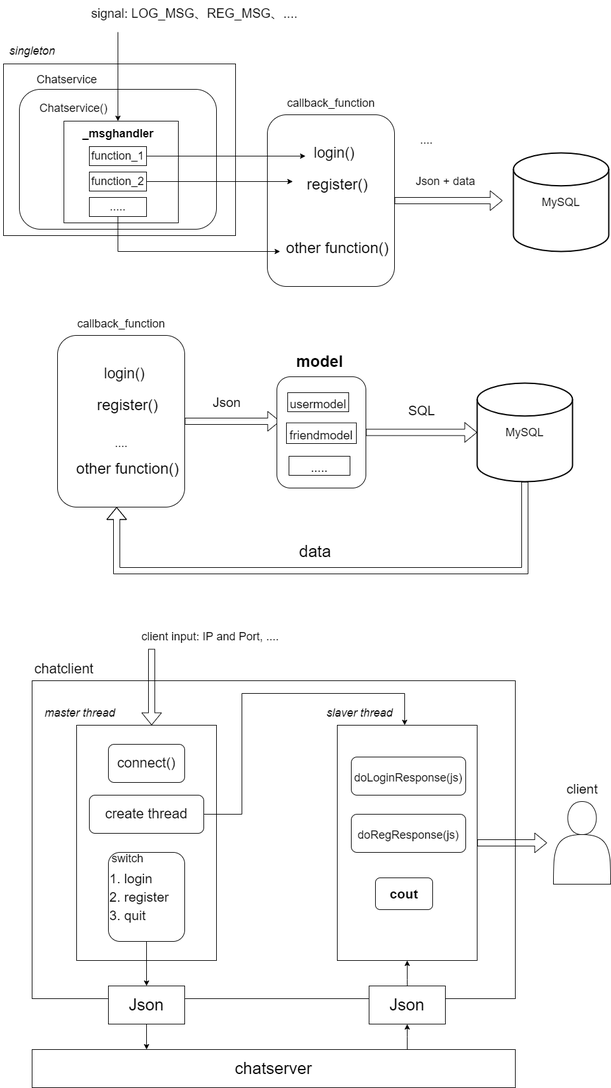
The draw.io diagram data/C++集群聊天服务器_Chatservice.drawio.png in mo-xiaoxiu/imagefrommyblog, before a commit. Source tidied: cells renumbered, new cells last; positions are measured from the earlier drawing's top-left corner, leaving out a move shared by most shapes.
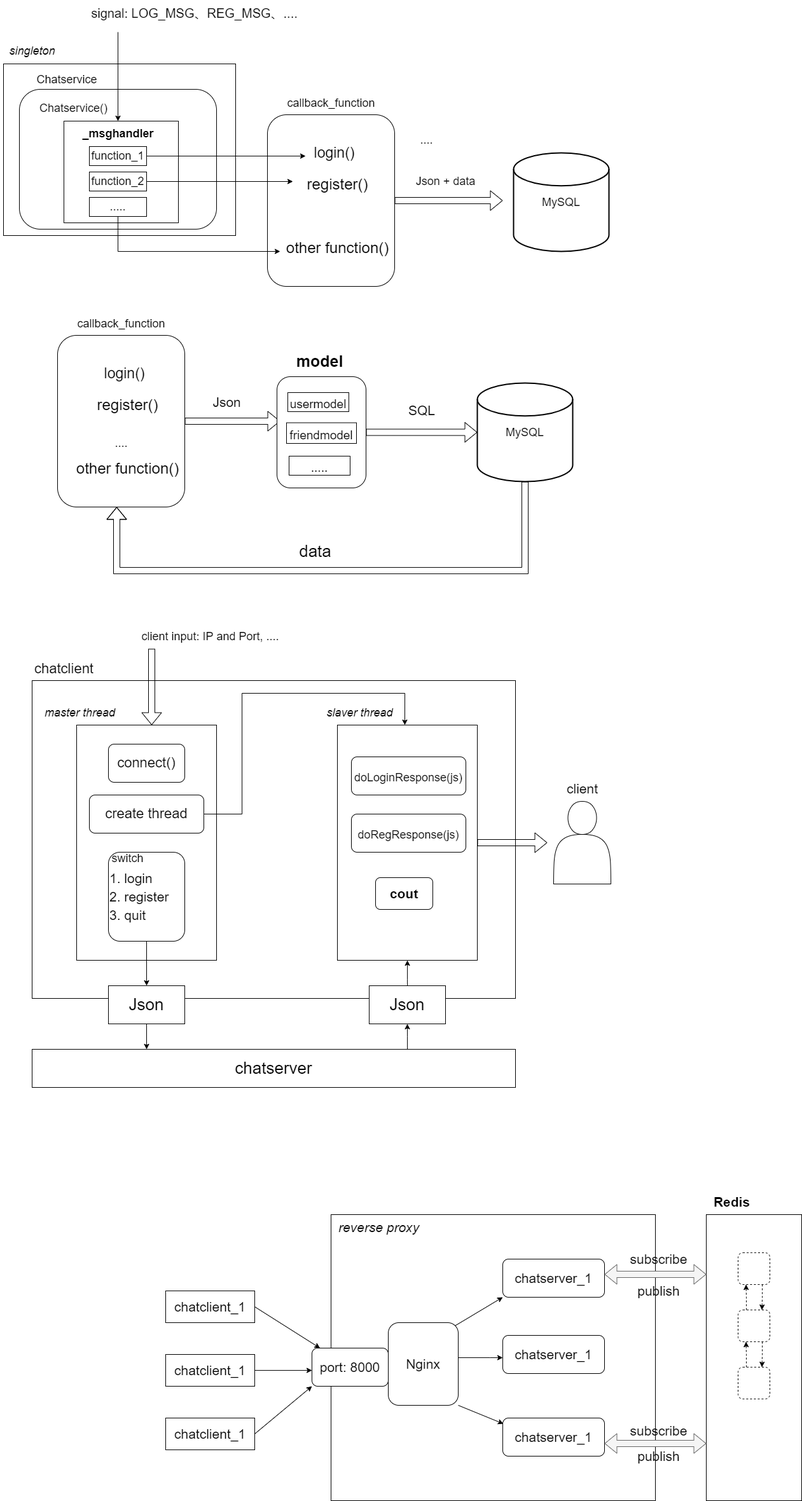
The same file after the commit.

Commit message:
Update C++集群聊天服务器_Chatservice.drawio.png

Diff of the diagram source:
```diff
@@ -2,6 +2,9 @@
   <root>
     <mxCell id="0" />
     <mxCell id="1" parent="0" />
+    <mxCell id="70" style="rounded=0;whiteSpace=wrap;html=1;fontSize=21;" parent="1" vertex="1">
+      <mxGeometry x="520" y="1910" width="510" height="450" as="geometry" />
+    </mxCell>
     <mxCell id="2" style="edgeStyle=orthogonalEdgeStyle;rounded=0;jettySize=auto;html=1;entryX=0.036;entryY=0.4;entryDx=0;entryDy=0;entryPerimeter=0;fontSize=19;shape=flexArrow;" parent="1" edge="1" source="3" target="13">
       <mxGeometry relative="1" as="geometry" />
     </mxCell>
@@ -244,5 +247,130 @@
     <mxCell id="69" style="shape=actor;whiteSpace=wrap;html=1;fontSize=21;" parent="1" vertex="1">
       <mxGeometry x="870" y="1260" width="90" height="130" as="geometry" />
     </mxCell>
+    <mxCell id="71" value="chatserver_1" style="rounded=1;whiteSpace=wrap;html=1;fontSize=21;" parent="1" vertex="1">
+      <mxGeometry x="790" y="1980" width="160" height="60" as="geometry" />
+    </mxCell>
+    <mxCell id="72" value="chatserver_1" style="rounded=1;whiteSpace=wrap;html=1;fontSize=21;" parent="1" vertex="1">
+      <mxGeometry x="790" y="2100" width="160" height="60" as="geometry" />
+    </mxCell>
+    <mxCell id="73" value="chatserver_1" style="rounded=1;whiteSpace=wrap;html=1;fontSize=21;" parent="1" vertex="1">
+      <mxGeometry x="790" y="2230" width="160" height="60" as="geometry" />
+    </mxCell>
+    <mxCell id="74" style="edgeStyle=orthogonalEdgeStyle;rounded=0;jettySize=auto;html=1;fontSize=21;" parent="1" edge="1" source="75" target="72">
+      <mxGeometry relative="1" as="geometry">
+        <Array as="points">
+          <mxPoint x="770" y="2135" />
+          <mxPoint x="770" y="2135" />
+        </Array>
+      </mxGeometry>
+    </mxCell>
+    <mxCell id="75" value="Nginx" style="rounded=1;whiteSpace=wrap;html=1;fontSize=21;" parent="1" vertex="1">
+      <mxGeometry x="610" y="2080" width="110" height="130" as="geometry" />
+    </mxCell>
+    <mxCell id="76" style="endArrow=classic;html=1;rounded=0;fontSize=21;exitX=0.954;exitY=0.038;exitDx=0;exitDy=0;exitPerimeter=0;entryX=0;entryY=1;entryDx=0;entryDy=0;" parent="1" edge="1" source="75" target="71">
+      <mxGeometry relative="1" as="geometry" />
+    </mxCell>
+    <mxCell id="77" style="endArrow=classic;html=1;rounded=0;fontSize=21;exitX=1;exitY=1;exitDx=0;exitDy=0;entryX=0.006;entryY=0.15;entryDx=0;entryDy=0;entryPerimeter=0;" parent="1" edge="1" source="75" target="73">
+      <mxGeometry relative="1" as="geometry" />
+    </mxCell>
+    <mxCell id="78" value="port: 8000" style="rounded=1;whiteSpace=wrap;html=1;fontSize=21;" parent="1" vertex="1">
+      <mxGeometry x="490" y="2120" width="120" height="60" as="geometry" />
+    </mxCell>
+    <mxCell id="79" value="chatclient_1" style="rounded=0;whiteSpace=wrap;html=1;fontSize=21;" parent="1" vertex="1">
+      <mxGeometry x="260" y="2030" width="140" height="50" as="geometry" />
+    </mxCell>
+    <mxCell id="80" style="edgeStyle=orthogonalEdgeStyle;rounded=0;jettySize=auto;html=1;fontSize=21;" parent="1" edge="1" source="81">
+      <mxGeometry relative="1" as="geometry">
+        <mxPoint x="490" y="2155" as="targetPoint" />
+        <Array as="points">
+          <mxPoint x="490" y="2155" />
+        </Array>
+      </mxGeometry>
+    </mxCell>
+    <mxCell id="81" value="chatclient_1" style="rounded=0;whiteSpace=wrap;html=1;fontSize=21;" parent="1" vertex="1">
+      <mxGeometry x="260" y="2130" width="140" height="50" as="geometry" />
+    </mxCell>
+    <mxCell id="82" value="chatclient_1" style="rounded=0;whiteSpace=wrap;html=1;fontSize=21;" parent="1" vertex="1">
+      <mxGeometry x="260" y="2230" width="140" height="50" as="geometry" />
+    </mxCell>
+    <mxCell id="83" style="endArrow=classic;html=1;rounded=0;fontSize=21;exitX=1;exitY=0.5;exitDx=0;exitDy=0;" parent="1" edge="1" source="79" target="78">
+      <mxGeometry relative="1" as="geometry" />
+    </mxCell>
+    <mxCell id="84" style="endArrow=classic;html=1;rounded=0;fontSize=21;exitX=1;exitY=0.5;exitDx=0;exitDy=0;entryX=0;entryY=1;entryDx=0;entryDy=0;" parent="1" edge="1" source="82" target="78">
+      <mxGeometry relative="1" as="geometry" />
+    </mxCell>
+    <mxCell id="85" value="&lt;i&gt;reverse proxy&lt;/i&gt;" style="text;html=1;align=center;verticalAlign=middle;strokeColor=none;fillColor=none;fontSize=21;" parent="1" vertex="1">
+      <mxGeometry x="520" y="1910" width="150" height="40" as="geometry" />
+    </mxCell>
+    <mxCell id="86" style="rounded=0;whiteSpace=wrap;html=1;fontSize=21;" parent="1" vertex="1">
+      <mxGeometry x="1110" y="1910" width="150" height="450" as="geometry" />
+    </mxCell>
+    <mxCell id="87" value="&lt;b&gt;Redis&lt;/b&gt;" style="text;html=1;align=center;verticalAlign=middle;strokeColor=none;fillColor=none;fontSize=21;" parent="1" vertex="1">
+      <mxGeometry x="1110" y="1870" width="80" height="40" as="geometry" />
+    </mxCell>
+    <mxCell id="88" style="shape=flexArrow;endArrow=classic;startArrow=classic;html=1;rounded=0;fontSize=21;exitX=1;exitY=0.4;exitDx=0;exitDy=0;exitPerimeter=0;fillColor=#f5f5f5;strokeColor=#666666;" parent="1" edge="1" source="71">
+      <mxGeometry relative="1" as="geometry">
+        <mxPoint x="1110" y="2004" as="targetPoint" />
+      </mxGeometry>
+    </mxCell>
+    <mxCell id="89" style="shape=flexArrow;endArrow=classic;startArrow=classic;html=1;rounded=0;fontSize=21;exitX=1;exitY=0.4;exitDx=0;exitDy=0;exitPerimeter=0;fillColor=#f5f5f5;strokeColor=#666666;" parent="1" edge="1">
+      <mxGeometry relative="1" as="geometry">
+        <mxPoint x="950" y="2270" as="sourcePoint" />
+        <mxPoint x="1110" y="2270" as="targetPoint" />
+      </mxGeometry>
+    </mxCell>
+    <mxCell id="90" value="subscribe" style="text;html=1;align=center;verticalAlign=middle;strokeColor=none;fillColor=none;fontSize=21;" parent="1" vertex="1">
+      <mxGeometry x="980" y="1960" width="110" height="40" as="geometry" />
+    </mxCell>
+    <mxCell id="91" value="publish" style="text;html=1;align=center;verticalAlign=middle;strokeColor=none;fillColor=none;fontSize=21;" parent="1" vertex="1">
+      <mxGeometry x="990" y="2010" width="90" height="40" as="geometry" />
+    </mxCell>
+    <mxCell id="92" value="subscribe" style="text;html=1;align=center;verticalAlign=middle;strokeColor=none;fillColor=none;fontSize=21;" parent="1" vertex="1">
+      <mxGeometry x="980" y="2230" width="110" height="40" as="geometry" />
+    </mxCell>
+    <mxCell id="93" value="publish" style="text;html=1;align=center;verticalAlign=middle;strokeColor=none;fillColor=none;fontSize=21;" parent="1" vertex="1">
+      <mxGeometry x="990" y="2270" width="90" height="40" as="geometry" />
+    </mxCell>
+    <mxCell id="94" style="edgeStyle=orthogonalEdgeStyle;rounded=0;jettySize=auto;html=1;entryX=0.25;entryY=1;entryDx=0;entryDy=0;dashed=1;fontSize=21;" parent="1" edge="1" source="96" target="98">
+      <mxGeometry relative="1" as="geometry">
+        <Array as="points">
+          <mxPoint x="1173" y="2040" />
+          <mxPoint x="1173" y="2040" />
+        </Array>
+      </mxGeometry>
+    </mxCell>
+    <mxCell id="95" style="edgeStyle=orthogonalEdgeStyle;rounded=0;jettySize=auto;html=1;entryX=0.75;entryY=0;entryDx=0;entryDy=0;dashed=1;fontSize=21;" parent="1" edge="1" source="96" target="100">
+      <mxGeometry relative="1" as="geometry">
+        <Array as="points">
+          <mxPoint x="1198" y="2130" />
+          <mxPoint x="1198" y="2130" />
+        </Array>
+      </mxGeometry>
+    </mxCell>
+    <mxCell id="96" style="rounded=1;whiteSpace=wrap;html=1;fontSize=21;dashed=1;" parent="1" vertex="1">
+      <mxGeometry x="1160" y="2060" width="50" height="50" as="geometry" />
+    </mxCell>
+    <mxCell id="97" style="edgeStyle=orthogonalEdgeStyle;rounded=0;jettySize=auto;html=1;entryX=0.75;entryY=0;entryDx=0;entryDy=0;fontSize=21;dashed=1;" parent="1" edge="1" source="98" target="96">
+      <mxGeometry relative="1" as="geometry">
+        <Array as="points">
+          <mxPoint x="1198" y="2040" />
+          <mxPoint x="1198" y="2040" />
+        </Array>
+      </mxGeometry>
+    </mxCell>
+    <mxCell id="98" style="rounded=1;whiteSpace=wrap;html=1;fontSize=21;dashed=1;" parent="1" vertex="1">
+      <mxGeometry x="1160" y="1970" width="50" height="50" as="geometry" />
+    </mxCell>
+    <mxCell id="99" style="edgeStyle=orthogonalEdgeStyle;rounded=0;jettySize=auto;html=1;entryX=0.25;entryY=1;entryDx=0;entryDy=0;dashed=1;fontSize=21;" parent="1" edge="1" source="100" target="96">
+      <mxGeometry relative="1" as="geometry">
+        <Array as="points">
+          <mxPoint x="1173" y="2130" />
+          <mxPoint x="1173" y="2130" />
+        </Array>
+      </mxGeometry>
+    </mxCell>
+    <mxCell id="100" style="rounded=1;whiteSpace=wrap;html=1;fontSize=21;dashed=1;" parent="1" vertex="1">
+      <mxGeometry x="1160" y="2150" width="50" height="50" as="geometry" />
+    </mxCell>
   </root>
 </mxGraphModel>
```
